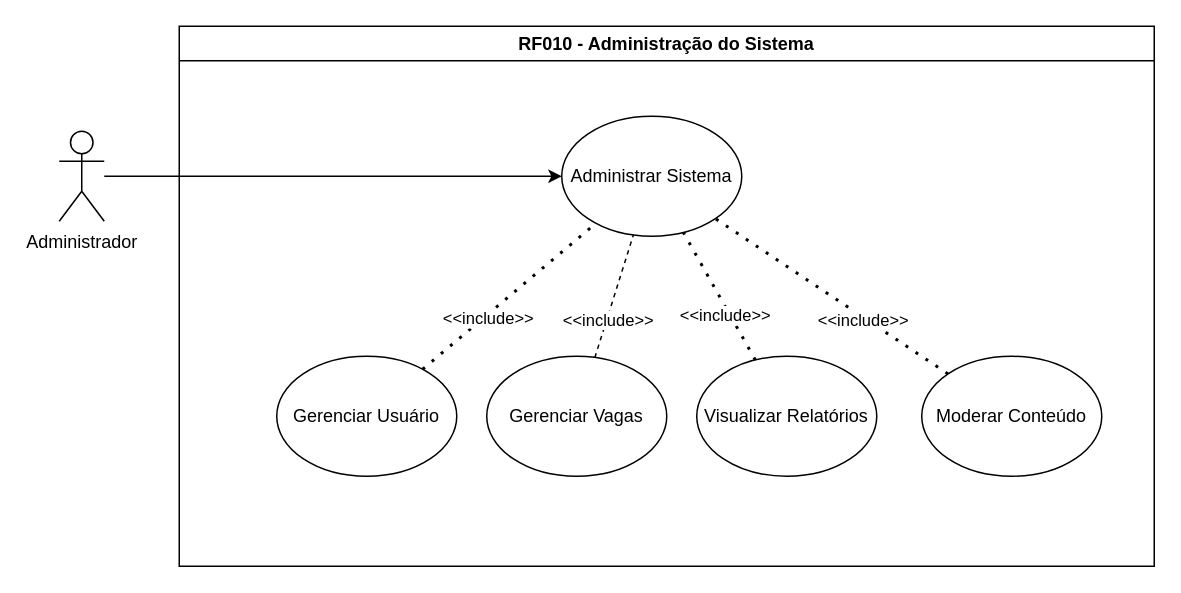
This is Diagramas/Diagrama de Caso de Uso RF010.dio from MatchVagas/Documentation, a draw.io file, before an edit. Source tidied: cells renumbered, new cells numbered last; positions are measured from the earlier drawing's top-left corner, leaving out a move shared by most shapes. Both pictures are drawn from the tidied source at 150%, with x=0, y=0 at pixel (58, 26).
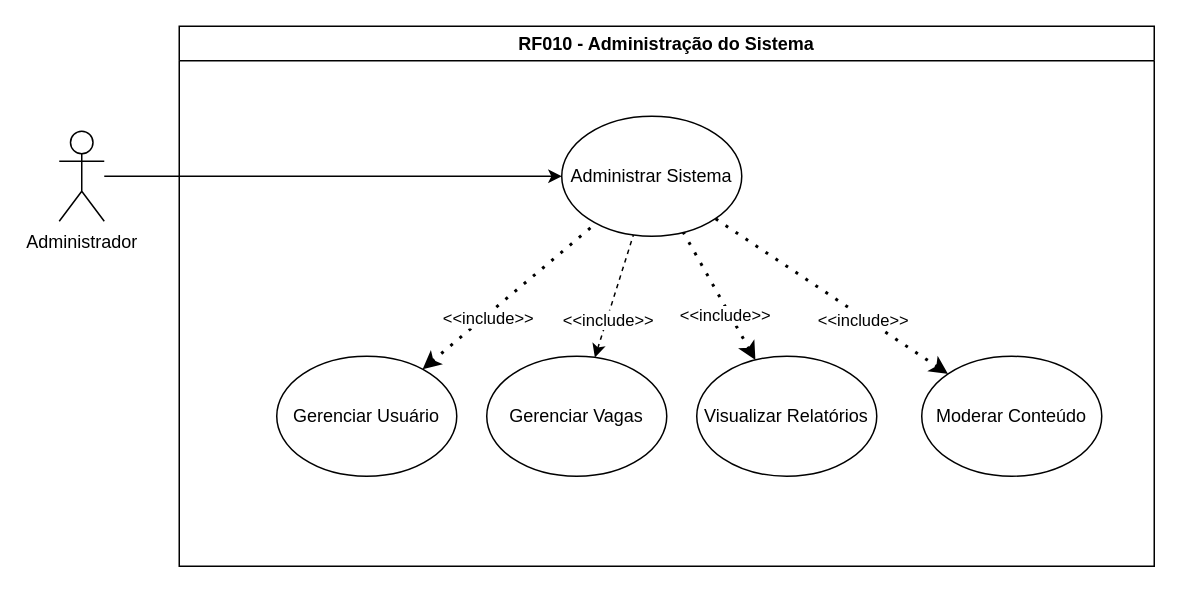
After the change.

Commit message (it also covers changes not shown here):
Modificações no diagrama de requisito diagramaRF00.dio

Unchanged cells that the change refers to:
```xml
<mxCell id="4" value="RF010 - Administração do Sistema" style="swimlane;whiteSpace=wrap;html=1;" parent="1" vertex="1">
  <mxGeometry x="80" width="650" height="360" as="geometry" />
</mxCell>
<mxCell id="5" value="Moderar Conteúdo" style="ellipse;whiteSpace=wrap;html=1;" parent="4" vertex="1">
  <mxGeometry x="495" y="220" width="120" height="80" as="geometry" />
</mxCell>
<mxCell id="6" value="Visualizar Relatórios" style="ellipse;whiteSpace=wrap;html=1;" parent="4" vertex="1">
  <mxGeometry x="345" y="220" width="120" height="80" as="geometry" />
</mxCell>
<mxCell id="7" value="Gerenciar Usuário" style="ellipse;whiteSpace=wrap;html=1;" parent="4" vertex="1">
  <mxGeometry x="65" y="220" width="120" height="80" as="geometry" />
</mxCell>
<mxCell id="8" value="Gerenciar Vagas" style="ellipse;whiteSpace=wrap;html=1;" parent="4" vertex="1">
  <mxGeometry x="205" y="220" width="120" height="80" as="geometry" />
</mxCell>
<mxCell id="17" value="Administrar Sistema" style="ellipse;whiteSpace=wrap;html=1;" parent="4" vertex="1">
  <mxGeometry x="255" y="60" width="120" height="80" as="geometry" />
</mxCell>
```

Change to the diagram source:
```diff
@@
-    <mxCell id="9" style="endArrow=none;dashed=1;html=1;" parent="4" edge="1" source="8" target="17">
+    <mxCell id="9" style="endArrow=none;dashed=1;html=1;startArrow=classic;startFill=1;" parent="4" edge="1" source="8" target="17">
       <mxGeometry relative="1" as="geometry" />
     </mxCell>
@@
-    <mxCell id="11" style="endArrow=none;dashed=1;html=1;dashPattern=1 3;strokeWidth=2;" parent="4" edge="1" source="7" target="17">
+    <mxCell id="11" style="endArrow=none;dashed=1;html=1;dashPattern=1 3;strokeWidth=2;endFill=0;startArrow=classic;startFill=1;" parent="4" edge="1" source="7" target="17">
       <mxGeometry relative="1" as="geometry" />
     </mxCell>
@@
-    <mxCell id="13" style="endArrow=none;dashed=1;html=1;dashPattern=1 3;strokeWidth=2;" parent="4" edge="1" source="6" target="17">
+    <mxCell id="13" style="endArrow=none;dashed=1;html=1;dashPattern=1 3;strokeWidth=2;startArrow=classic;startFill=1;" parent="4" edge="1" source="6" target="17">
       <mxGeometry relative="1" as="geometry" />
     </mxCell>
@@
-    <mxCell id="15" style="endArrow=none;dashed=1;html=1;dashPattern=1 3;strokeWidth=2;" parent="4" edge="1" source="5" target="17">
+    <mxCell id="15" style="endArrow=none;dashed=1;html=1;dashPattern=1 3;strokeWidth=2;startArrow=classic;startFill=1;" parent="4" edge="1" source="5" target="17">
       <mxGeometry relative="1" as="geometry" />
     </mxCell>
```
